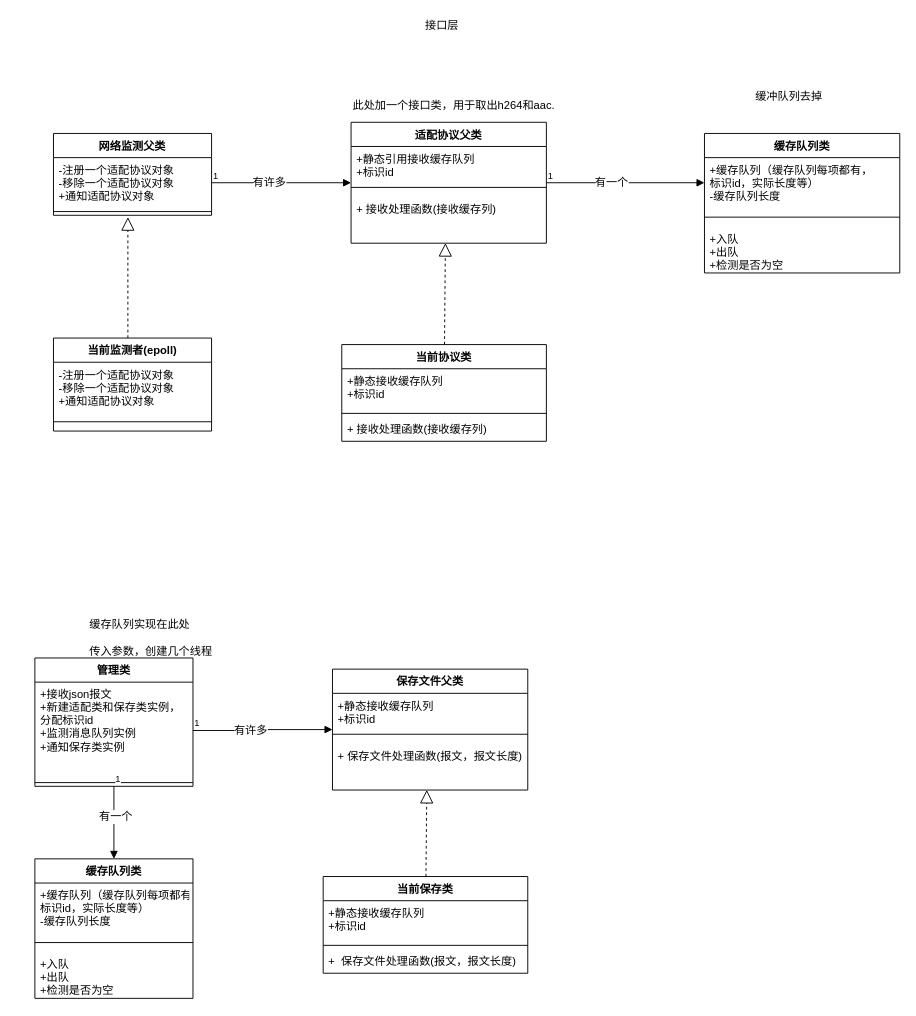
The draw.io diagram 巡课uml.drawio in huangPeiLc/drawio, before the edit. Source tidied: cells renumbered, new cells numbered last; positions are measured from the earlier drawing's top-left corner, leaving out a move shared by most shapes. Both pictures are drawn from the tidied source at 93%, with x=0, y=0 at pixel (34, 16).
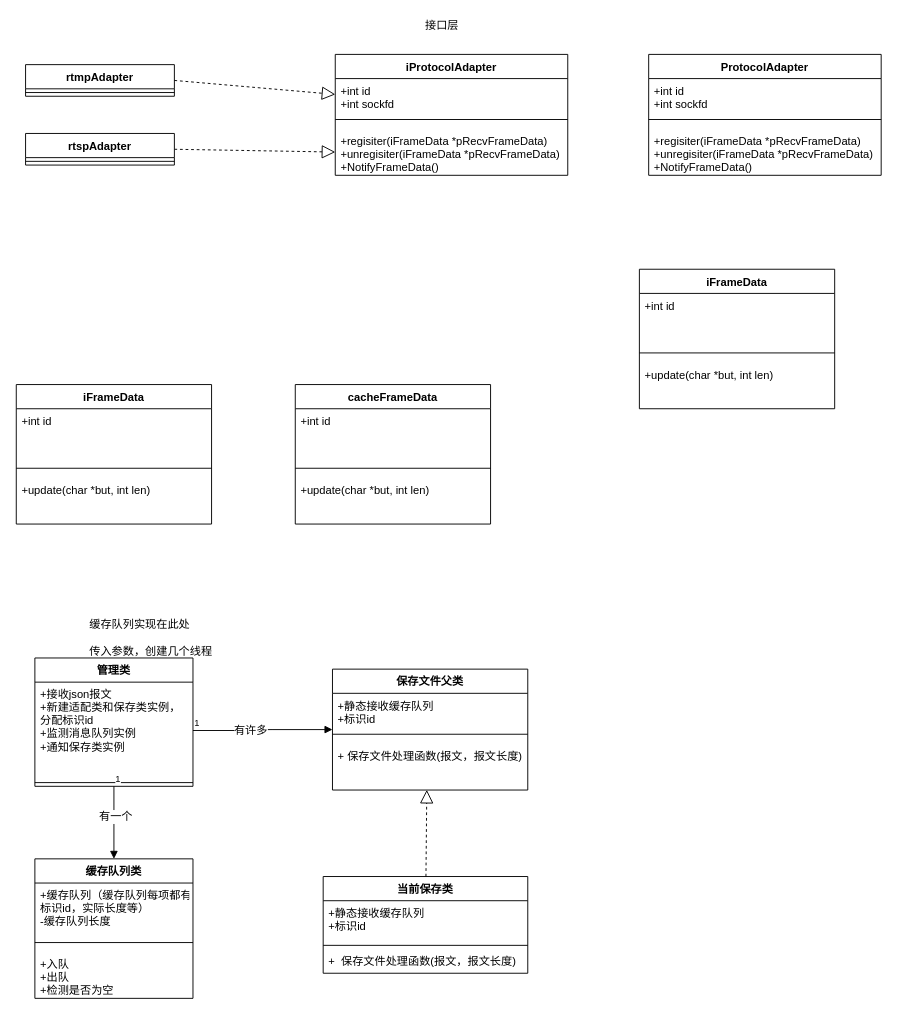
After the change.

Change to the diagram source:
```diff
@@
-    <mxCell id="2" value="网络监测父类&#10;" style="swimlane;fontStyle=1;align=center;verticalAlign=top;horizontal=1;startSize=26;" parent="1" vertex="1">
-      <mxGeometry x="20" y="126" width="170" height="88" as="geometry" />
-    </mxCell>
-    <mxCell id="3" value="-注册一个适配协议对象&#10;-移除一个适配协议对象&#10;+通知适配协议对象" style="text;strokeColor=none;fillColor=none;align=left;verticalAlign=top;spacingLeft=4;spacingRight=4;overflow=hidden;points=[[0,0.5],[1,0.5]];portConstraint=eastwest;" parent="2" vertex="1">
-      <mxGeometry y="26" width="170" height="54" as="geometry" />
-    </mxCell>
-    <mxCell id="4" style="line;strokeWidth=1;fillColor=none;align=left;verticalAlign=middle;spacingTop=-1;spacingLeft=3;spacingRight=3;labelPosition=right;" parent="2" vertex="1">
-      <mxGeometry y="80" width="170" height="8" as="geometry" />
-    </mxCell>
-    <mxCell id="5" value="当前监测者(epoll)&#10;" style="swimlane;fontStyle=1;align=center;verticalAlign=top;horizontal=1;startSize=26;" parent="1" vertex="1">
-      <mxGeometry x="20" y="346" width="170" height="100" as="geometry" />
-    </mxCell>
-    <mxCell id="6" value="-注册一个适配协议对象&#10;-移除一个适配协议对象&#10;+通知适配协议对象" style="text;strokeColor=none;fillColor=none;align=left;verticalAlign=top;spacingLeft=4;spacingRight=4;overflow=hidden;" parent="5" vertex="1">
-      <mxGeometry y="26" width="170" height="54" as="geometry" />
-    </mxCell>
-    <mxCell id="7" style="line;strokeWidth=1;fillColor=none;align=left;verticalAlign=middle;spacingTop=-1;spacingLeft=3;spacingRight=3;labelPosition=right;" parent="5" vertex="1">
-      <mxGeometry y="80" width="170" height="20" as="geometry" />
-    </mxCell>
-    <mxCell id="8" style="endArrow=block;endFill=1;html=1;edgeStyle=orthogonalEdgeStyle;align=left;verticalAlign=top;exitX=1;exitY=0.5;exitDx=0;exitDy=0;entryX=0;entryY=0.5;entryDx=0;entryDy=0;" parent="1" edge="1" source="3" target="11">
-      <mxGeometry x="-1" relative="1" as="geometry" />
-    </mxCell>
-    <mxCell id="9" value="1" style="html=1;align=left;verticalAlign=bottom;labelBackgroundColor=#ffffff;fontSize=10;" parent="8" vertex="1">
-      <mxGeometry x="-1" relative="1" as="geometry" />
-    </mxCell>
-    <mxCell id="10" value="有许多&lt;br&gt;" style="text;html=1;align=center;verticalAlign=middle;labelBackgroundColor=#ffffff;" parent="8" vertex="1">
-      <mxGeometry x="-0.19" y="1" relative="1" as="geometry" />
-    </mxCell>
-    <mxCell id="11" value="适配协议父类&#10;" style="swimlane;fontStyle=1;align=center;verticalAlign=top;horizontal=1;startSize=26;" parent="1" vertex="1">
-      <mxGeometry x="340" y="114" width="210" height="130" as="geometry" />
+    <mxCell id="11" value="iProtocolAdapter&#10;" style="swimlane;fontStyle=1;align=center;verticalAlign=top;horizontal=1;startSize=26;" parent="1" vertex="1">
+      <mxGeometry x="323" y="41" width="250" height="130" as="geometry" />
     </mxCell>
-    <mxCell id="12" value="+静态引用接收缓存队列&#10;+标识id&#10;" style="text;strokeColor=none;fillColor=none;align=left;verticalAlign=top;spacingLeft=4;spacingRight=4;overflow=hidden;points=[[0,0.5],[1,0.5]];portConstraint=eastwest;" parent="11" vertex="1">
-      <mxGeometry y="26" width="210" height="34" as="geometry" />
+    <mxCell id="12" value="+int id&#10;+int sockfd" style="text;strokeColor=none;fillColor=none;align=left;verticalAlign=top;spacingLeft=4;spacingRight=4;overflow=hidden;points=[[0,0.5],[1,0.5]];portConstraint=eastwest;" parent="11" vertex="1">
+      <mxGeometry y="26" width="250" height="34" as="geometry" />
     </mxCell>
     <mxCell id="13" style="line;strokeWidth=1;fillColor=none;align=left;verticalAlign=middle;spacingTop=-1;spacingLeft=3;spacingRight=3;labelPosition=right;" parent="11" vertex="1">
-      <mxGeometry y="60" width="210" height="20" as="geometry" />
+      <mxGeometry y="60" width="250" height="20" as="geometry" />
     </mxCell>
-    <mxCell id="14" value="+ 接收处理函数(接收缓存列)" style="text;strokeColor=none;fillColor=none;align=left;verticalAlign=top;spacingLeft=4;spacingRight=4;overflow=hidden;points=[[0,0.5],[1,0.5]];portConstraint=eastwest;" parent="11" vertex="1">
-      <mxGeometry y="80" width="210" height="50" as="geometry" />
+    <mxCell id="14" value="+regisiter(iFrameData *pRecvFrameData)&#10;+unregisiter(iFrameData *pRecvFrameData)&#10;+NotifyFrameData()" style="text;strokeColor=none;fillColor=none;align=left;verticalAlign=top;spacingLeft=4;spacingRight=4;overflow=hidden;points=[[0,0.5],[1,0.5]];portConstraint=eastwest;" parent="11" vertex="1">
+      <mxGeometry y="80" width="250" height="50" as="geometry" />
     </mxCell>
-    <mxCell id="15" value="当前协议类&#10;" style="swimlane;fontStyle=1;align=center;verticalAlign=top;horizontal=1;startSize=26;" parent="1" vertex="1">
-      <mxGeometry x="330" y="353" width="220" height="104" as="geometry" />
-    </mxCell>
-    <mxCell id="16" value="+静态接收缓存队列&#10;+标识id&#10;&#10;" style="text;strokeColor=none;fillColor=none;align=left;verticalAlign=top;spacingLeft=4;spacingRight=4;overflow=hidden;" parent="15" vertex="1">
-      <mxGeometry y="26" width="220" height="44" as="geometry" />
-    </mxCell>
-    <mxCell id="17" style="line;strokeWidth=1;fillColor=none;align=left;verticalAlign=middle;spacingTop=-1;spacingLeft=3;spacingRight=3;labelPosition=right;" parent="15" vertex="1">
-      <mxGeometry y="70" width="220" height="8" as="geometry" />
-    </mxCell>
-    <mxCell id="18" value="+ 接收处理函数(接收缓存列)" style="text;strokeColor=none;fillColor=none;align=left;verticalAlign=top;spacingLeft=4;spacingRight=4;overflow=hidden;" parent="15" vertex="1">
-      <mxGeometry y="78" width="220" height="26" as="geometry" />
-    </mxCell>
-    <mxCell id="19" style="endArrow=block;dashed=1;endFill=0;endSize=12;html=1;" parent="1" edge="1">
-      <mxGeometry relative="1" as="geometry">
-        <mxPoint x="100" y="346" as="sourcePoint" />
-        <mxPoint x="100" y="216" as="targetPoint" />
-      </mxGeometry>
-    </mxCell>
-    <mxCell id="20" style="endArrow=block;dashed=1;endFill=0;endSize=12;html=1;entryX=0.483;entryY=0.997;entryDx=0;entryDy=0;entryPerimeter=0;" parent="1" edge="1" source="15" target="14">
+    <mxCell id="20" style="endArrow=block;dashed=1;endFill=0;endSize=12;html=1;exitX=1;exitY=0.5;exitDx=0;exitDy=0;entryX=0;entryY=0.5;entryDx=0;entryDy=0;" parent="1" edge="1" source="56" target="14">
       <mxGeometry relative="1" as="geometry" />
     </mxCell>
-    <mxCell id="21" value="缓存队列类&#10;" style="swimlane;fontStyle=1;align=center;verticalAlign=top;horizontal=1;startSize=26;" parent="1" vertex="1">
-      <mxGeometry x="720" y="126" width="210" height="150" as="geometry" />
-    </mxCell>
-    <mxCell id="22" value="+缓存队列（缓存队列每项都有，&#10;标识id，实际长度等）&#10;-缓存队列长度&#10;" style="text;strokeColor=none;fillColor=none;align=left;verticalAlign=top;spacingLeft=4;spacingRight=4;overflow=hidden;points=[[0,0.5],[1,0.5]];portConstraint=eastwest;" parent="21" vertex="1">
-      <mxGeometry y="26" width="210" height="54" as="geometry" />
-    </mxCell>
-    <mxCell id="23" style="line;strokeWidth=1;fillColor=none;align=left;verticalAlign=middle;spacingTop=-1;spacingLeft=3;spacingRight=3;labelPosition=right;" parent="21" vertex="1">
-      <mxGeometry y="80" width="210" height="20" as="geometry" />
-    </mxCell>
-    <mxCell id="24" value="+入队&#10;+出队&#10;+检测是否为空" style="text;strokeColor=none;fillColor=none;align=left;verticalAlign=top;spacingLeft=4;spacingRight=4;overflow=hidden;" parent="21" vertex="1">
-      <mxGeometry y="100" width="210" height="50" as="geometry" />
-    </mxCell>
-    <mxCell id="25" style="endArrow=block;endFill=1;html=1;edgeStyle=orthogonalEdgeStyle;align=left;verticalAlign=top;exitX=1;exitY=0.5;exitDx=0;exitDy=0;entryX=0;entryY=0.5;entryDx=0;entryDy=0;" parent="1" edge="1" source="11" target="22">
-      <mxGeometry x="-1" relative="1" as="geometry" />
-    </mxCell>
-    <mxCell id="26" value="1" style="html=1;align=left;verticalAlign=bottom;labelBackgroundColor=#ffffff;fontSize=10;" parent="25" vertex="1">
-      <mxGeometry x="-1" relative="1" as="geometry" />
-    </mxCell>
-    <mxCell id="27" value="有一个&lt;br&gt;" style="text;html=1;align=center;verticalAlign=middle;labelBackgroundColor=#ffffff;" parent="25" vertex="1">
-      <mxGeometry x="-0.19" y="1" relative="1" as="geometry" />
-    </mxCell>
@@
-    <mxCell id="50" value="此处加一个接口类，用于取出h264和aac.&lt;br&gt;" style="text;html=1;align=left;verticalAlign=top;spacingTop=-4;" parent="1" vertex="1">
-      <mxGeometry x="340" y="86" width="230" height="20" as="geometry" />
-    </mxCell>
@@
-    <mxCell id="52" value="缓冲队列去掉&lt;br&gt;" style="text;html=1;align=left;verticalAlign=top;spacingTop=-4;" parent="1" vertex="1">
-      <mxGeometry x="773" y="77" width="90" height="20" as="geometry" />
-    </mxCell>
@@
+    <mxCell id="54" value="rtmpAdapter&#10;" style="swimlane;fontStyle=1;align=center;verticalAlign=top;horizontal=1;startSize=26;" parent="1" vertex="1">
+      <mxGeometry x="-10" y="52" width="160" height="34" as="geometry" />
+    </mxCell>
+    <mxCell id="55" style="line;strokeWidth=1;fillColor=none;align=left;verticalAlign=middle;spacingTop=-1;spacingLeft=3;spacingRight=3;labelPosition=right;" parent="54" vertex="1">
+      <mxGeometry y="26" width="160" height="8" as="geometry" />
+    </mxCell>
+    <mxCell id="56" value="rtspAdapter&#10;" style="swimlane;fontStyle=1;align=center;verticalAlign=top;horizontal=1;startSize=26;" parent="1" vertex="1">
+      <mxGeometry x="-10" y="126" width="160" height="34" as="geometry" />
+    </mxCell>
+    <mxCell id="57" style="line;strokeWidth=1;fillColor=none;align=left;verticalAlign=middle;spacingTop=-1;spacingLeft=3;spacingRight=3;labelPosition=right;" parent="56" vertex="1">
+      <mxGeometry y="26" width="160" height="8" as="geometry" />
+    </mxCell>
+    <mxCell id="58" style="endArrow=block;dashed=1;endFill=0;endSize=12;html=1;exitX=1;exitY=0.5;exitDx=0;exitDy=0;entryX=0;entryY=0.5;entryDx=0;entryDy=0;" parent="1" edge="1" source="54" target="12">
+      <mxGeometry relative="1" as="geometry" />
+    </mxCell>
+    <mxCell id="59" value="iFrameData&#10;" style="swimlane;fontStyle=1;align=center;verticalAlign=top;horizontal=1;startSize=26;" parent="1" vertex="1">
+      <mxGeometry x="650" y="272" width="210" height="150" as="geometry" />
+    </mxCell>
+    <mxCell id="60" value="+int id&#10;&#10;" style="text;strokeColor=none;fillColor=none;align=left;verticalAlign=top;spacingLeft=4;spacingRight=4;overflow=hidden;" parent="59" vertex="1">
+      <mxGeometry y="26" width="210" height="54" as="geometry" />
+    </mxCell>
+    <mxCell id="61" style="line;strokeWidth=1;fillColor=none;align=left;verticalAlign=middle;spacingTop=-1;spacingLeft=3;spacingRight=3;labelPosition=right;" parent="59" vertex="1">
+      <mxGeometry y="80" width="210" height="20" as="geometry" />
+    </mxCell>
+    <mxCell id="62" value="+update(char *but, int len)&#10;" style="text;strokeColor=none;fillColor=none;align=left;verticalAlign=top;spacingLeft=4;spacingRight=4;overflow=hidden;" parent="59" vertex="1">
+      <mxGeometry y="100" width="210" height="50" as="geometry" />
+    </mxCell>
+    <mxCell id="63" value="cacheFrameData&#10;" style="swimlane;fontStyle=1;align=center;verticalAlign=top;horizontal=1;startSize=26;" parent="1" vertex="1">
+      <mxGeometry x="280" y="396" width="210" height="150" as="geometry" />
+    </mxCell>
+    <mxCell id="64" value="+int id&#10;&#10;" style="text;strokeColor=none;fillColor=none;align=left;verticalAlign=top;spacingLeft=4;spacingRight=4;overflow=hidden;" parent="63" vertex="1">
+      <mxGeometry y="26" width="210" height="54" as="geometry" />
+    </mxCell>
+    <mxCell id="65" style="line;strokeWidth=1;fillColor=none;align=left;verticalAlign=middle;spacingTop=-1;spacingLeft=3;spacingRight=3;labelPosition=right;" parent="63" vertex="1">
+      <mxGeometry y="80" width="210" height="20" as="geometry" />
+    </mxCell>
+    <mxCell id="66" value="+update(char *but, int len)&#10;" style="text;strokeColor=none;fillColor=none;align=left;verticalAlign=top;spacingLeft=4;spacingRight=4;overflow=hidden;" parent="63" vertex="1">
+      <mxGeometry y="100" width="210" height="50" as="geometry" />
+    </mxCell>
+    <mxCell id="67" value="iFrameData&#10;" style="swimlane;fontStyle=1;align=center;verticalAlign=top;horizontal=1;startSize=26;" parent="1" vertex="1">
+      <mxGeometry x="-20" y="396" width="210" height="150" as="geometry" />
+    </mxCell>
+    <mxCell id="68" value="+int id&#10;&#10;" style="text;strokeColor=none;fillColor=none;align=left;verticalAlign=top;spacingLeft=4;spacingRight=4;overflow=hidden;" parent="67" vertex="1">
+      <mxGeometry y="26" width="210" height="54" as="geometry" />
+    </mxCell>
+    <mxCell id="69" style="line;strokeWidth=1;fillColor=none;align=left;verticalAlign=middle;spacingTop=-1;spacingLeft=3;spacingRight=3;labelPosition=right;" parent="67" vertex="1">
+      <mxGeometry y="80" width="210" height="20" as="geometry" />
+    </mxCell>
+    <mxCell id="70" value="+update(char *but, int len)&#10;" style="text;strokeColor=none;fillColor=none;align=left;verticalAlign=top;spacingLeft=4;spacingRight=4;overflow=hidden;" parent="67" vertex="1">
+      <mxGeometry y="100" width="210" height="50" as="geometry" />
+    </mxCell>
+    <mxCell id="71" value="ProtocolAdapter&#10;" style="swimlane;fontStyle=1;align=center;verticalAlign=top;horizontal=1;startSize=26;" parent="1" vertex="1">
+      <mxGeometry x="660" y="41" width="250" height="130" as="geometry" />
+    </mxCell>
+    <mxCell id="72" value="+int id&#10;+int sockfd" style="text;strokeColor=none;fillColor=none;align=left;verticalAlign=top;spacingLeft=4;spacingRight=4;overflow=hidden;" parent="71" vertex="1">
+      <mxGeometry y="26" width="250" height="34" as="geometry" />
+    </mxCell>
+    <mxCell id="73" style="line;strokeWidth=1;fillColor=none;align=left;verticalAlign=middle;spacingTop=-1;spacingLeft=3;spacingRight=3;labelPosition=right;" parent="71" vertex="1">
+      <mxGeometry y="60" width="250" height="20" as="geometry" />
+    </mxCell>
+    <mxCell id="74" value="+regisiter(iFrameData *pRecvFrameData)&#10;+unregisiter(iFrameData *pRecvFrameData)&#10;+NotifyFrameData()" style="text;strokeColor=none;fillColor=none;align=left;verticalAlign=top;spacingLeft=4;spacingRight=4;overflow=hidden;" parent="71" vertex="1">
+      <mxGeometry y="80" width="250" height="50" as="geometry" />
+    </mxCell>
```
